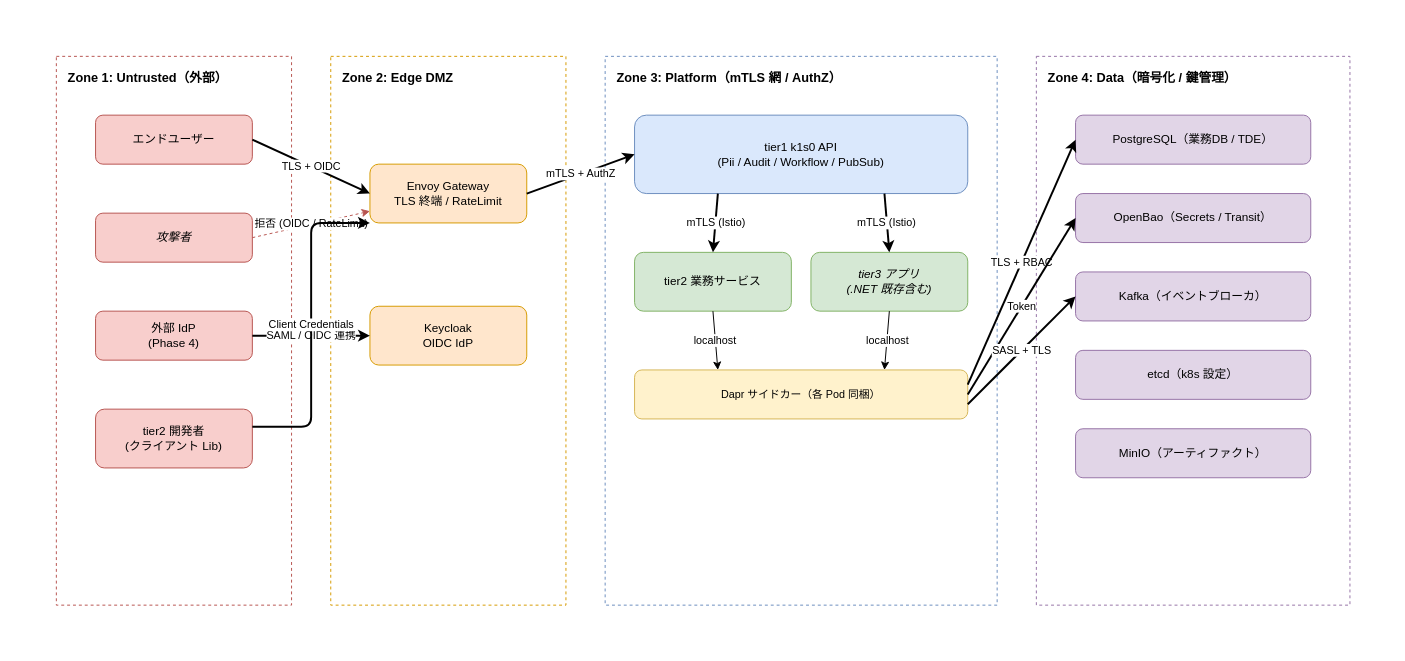
Above: docs/02_構想設計/01_アーキテクチャ/img/信頼境界.drawio in RyuheiKiso/k1s0 (draw.io), before the change. Source tidied: cells renumbered, new cells numbered last; positions are measured from the earlier drawing's top-left corner, leaving out a move shared by most shapes. Both pictures are drawn from the tidied source at 98%, with x=0, y=0 at pixel (17, 17).
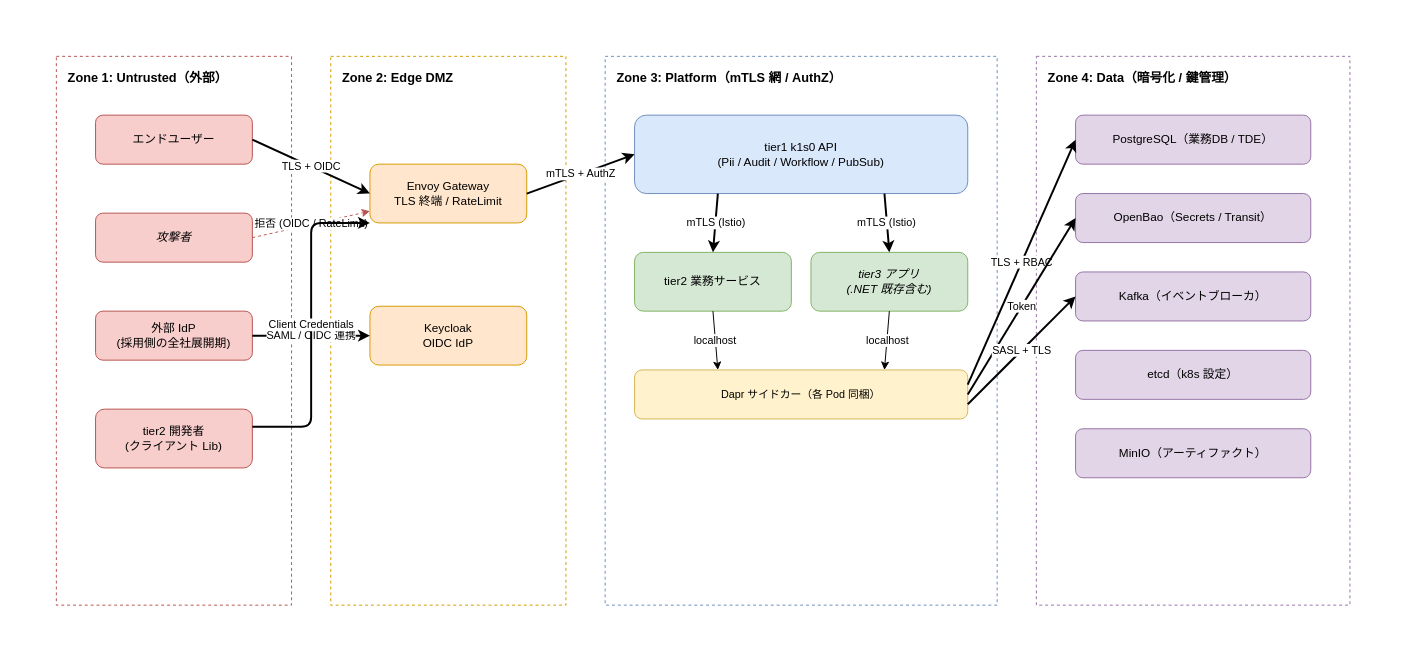
Above is the later version.

Diff of the diagram source:
```diff
@@
-    <mxCell id="6" value="外部 IdP&#10;(Phase 4)" style="rounded=1;whiteSpace=wrap;html=1;fillColor=#f8cecc;strokeColor=#b85450;fontSize=12;" parent="1" vertex="1">
+    <mxCell id="6" value="外部 IdP&#10;(採用側の全社展開期)" style="rounded=1;whiteSpace=wrap;html=1;fillColor=#f8cecc;strokeColor=#b85450;fontSize=12;" parent="1" vertex="1">
       <mxGeometry x="80" y="300" width="160" height="50" as="geometry" />
     </mxCell>
```
